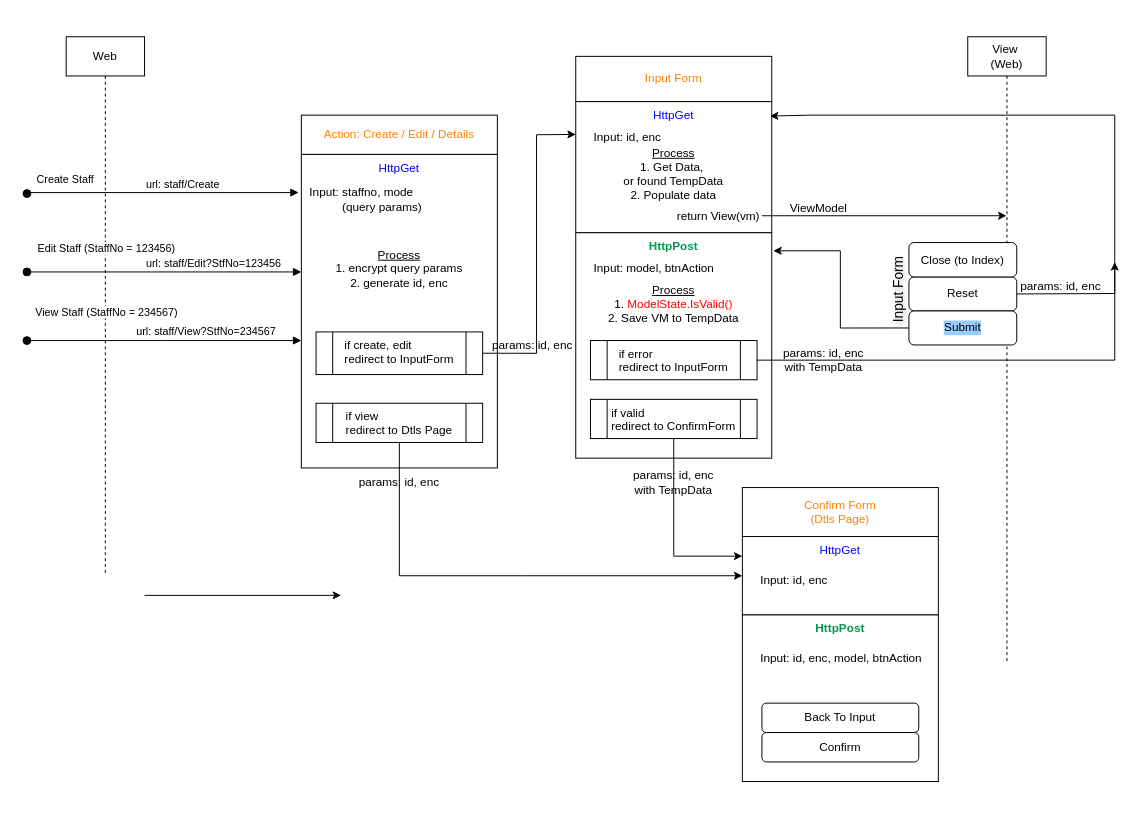
mujianlo/hrpt_drawio keeps this draw.io diagram as page "Page-2" (2 of 2) of StaffForm_workflow.drawio. Above is the earlier version. Source tidied: cells renumbered, new cells numbered last; positions are measured from the earlier drawing's top-left corner, leaving out a move shared by most shapes. Both pictures are drawn from the tidied source at 98%, with x=0, y=0 at pixel (26, 36).
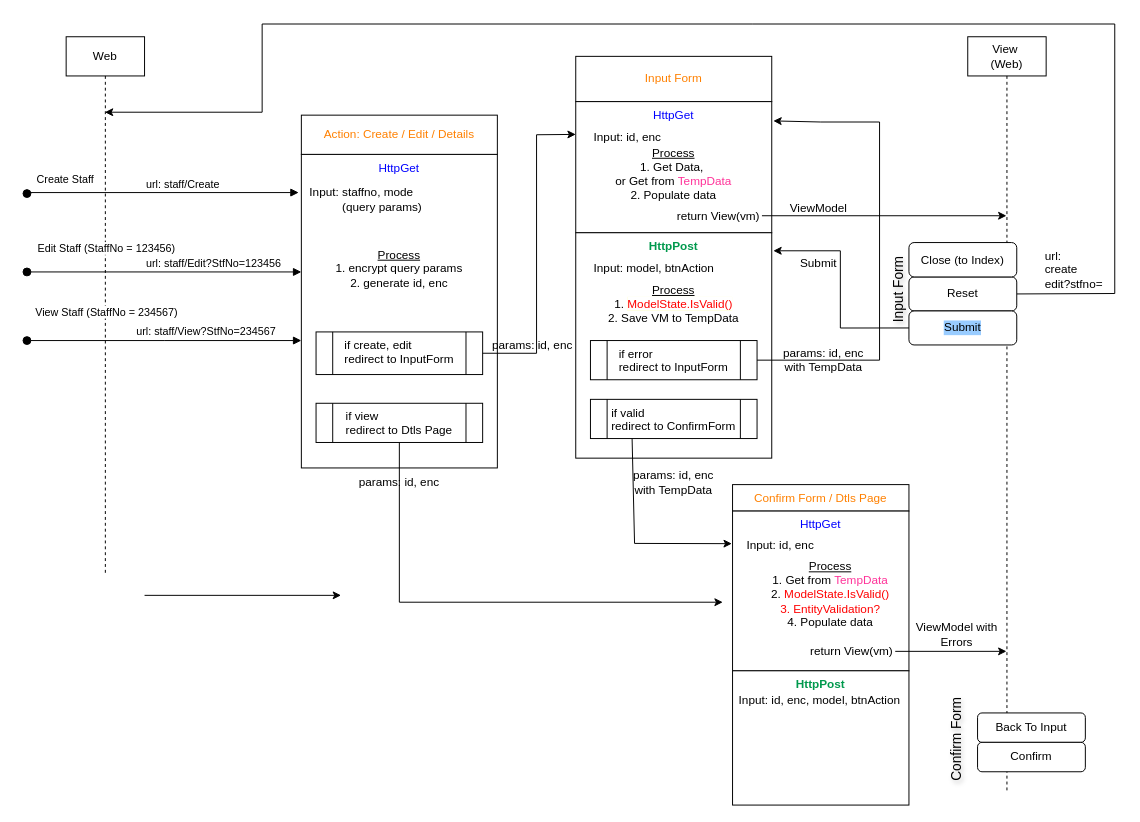
The same page after the edit.

The change refers to these unchanged cells:
```xml
<mxCell id="3" value="Web" style="shape=umlLifeline;perimeter=lifelinePerimeter;whiteSpace=wrap;html=1;outlineConnect=0;portConstraint=eastwest;newEdgeStyle={&quot;curved&quot;:0,&quot;rounded&quot;:0};" parent="1" vertex="1">
  <mxGeometry x="40" width="80" height="550" as="geometry" />
</mxCell>
<mxCell id="25" value="HttpGet" style="rounded=0;whiteSpace=wrap;html=1;align=center;verticalAlign=top;fontColor=#0000FF;fontStyle=0;" parent="1" vertex="1">
  <mxGeometry x="560" y="66.2" width="200" height="133.8" as="geometry" />
</mxCell>
<mxCell id="34" value="&lt;div align=&quot;left&quot;&gt;if error&lt;/div&gt;&lt;div align=&quot;left&quot;&gt;redirect to InputForm&lt;/div&gt;" style="shape=process;whiteSpace=wrap;html=1;backgroundOutline=1;verticalAlign=top;" parent="1" vertex="1">
  <mxGeometry x="575" y="310" width="170" height="40" as="geometry" />
</mxCell>
<mxCell id="35" value="&lt;div align=&quot;left&quot;&gt;if valid&lt;/div&gt;&lt;div align=&quot;left&quot;&gt;redirect to ConfirmForm&lt;/div&gt;" style="shape=process;whiteSpace=wrap;html=1;backgroundOutline=1;verticalAlign=top;" parent="1" vertex="1">
  <mxGeometry x="575" y="370" width="170" height="40" as="geometry" />
</mxCell>
<mxCell id="37" value="Reset" style="rounded=1;whiteSpace=wrap;html=1;" parent="36" vertex="1">
  <mxGeometry y="35.1" width="110" height="34.7" as="geometry" />
</mxCell>
<mxCell id="50" value="&lt;div align=&quot;left&quot;&gt;if view&lt;/div&gt;&lt;div align=&quot;left&quot;&gt;redirect to Dtls Page&lt;/div&gt;" style="shape=process;whiteSpace=wrap;html=1;backgroundOutline=1;verticalAlign=top;" parent="44" vertex="1">
  <mxGeometry x="15" y="294" width="170" height="40" as="geometry" />
</mxCell>
```

Diff of the diagram source:
```diff
@@
-    <mxCell id="14" style="group;" parent="1" vertex="1">
-      <mxGeometry x="730" y="460" width="200" height="300" as="geometry" />
-    </mxCell>
-    <mxCell id="15" value="&lt;div&gt;Confirm Form&lt;/div&gt;&lt;div&gt;(Dtls Page)&lt;/div&gt;" style="rounded=0;whiteSpace=wrap;html=1;fontColor=#FF8000;" parent="14" vertex="1">
-      <mxGeometry width="200" height="50" as="geometry" />
-    </mxCell>
-    <mxCell id="16" value="HttpGet" style="rounded=0;whiteSpace=wrap;html=1;align=center;verticalAlign=top;fontColor=#0000FF;fontStyle=0;" parent="14" vertex="1">
-      <mxGeometry y="50" width="200" height="80" as="geometry" />
-    </mxCell>
-    <mxCell id="17" value="HttpPost" style="rounded=0;whiteSpace=wrap;html=1;align=center;verticalAlign=top;fontStyle=1;fontColor=#00994D;" parent="14" vertex="1">
-      <mxGeometry y="130" width="200" height="170" as="geometry" />
-    </mxCell>
-    <mxCell id="18" value="&amp;nbsp; Input: id, enc" style="text;html=1;whiteSpace=wrap;strokeColor=none;fillColor=none;align=left;verticalAlign=middle;rounded=0;" parent="14" vertex="1">
-      <mxGeometry x="10" y="80" width="160" height="30" as="geometry" />
-    </mxCell>
-    <mxCell id="19" value="&amp;nbsp; Input: id, enc, model, btnAction" style="text;html=1;whiteSpace=wrap;strokeColor=none;fillColor=none;align=left;verticalAlign=middle;rounded=0;" parent="14" vertex="1">
-      <mxGeometry x="10" y="160" width="180" height="30" as="geometry" />
-    </mxCell>
-    <mxCell id="20" style="group;" parent="14" vertex="1">
-      <mxGeometry x="20" y="220" width="160" height="60" as="geometry" />
-    </mxCell>
-    <mxCell id="21" value="Back To Input" style="rounded=1;whiteSpace=wrap;html=1;" parent="20" vertex="1">
-      <mxGeometry width="160" height="30" as="geometry" />
-    </mxCell>
-    <mxCell id="22" value="Confirm" style="rounded=1;whiteSpace=wrap;html=1;" parent="20" vertex="1">
-      <mxGeometry y="30" width="160" height="30" as="geometry" />
-    </mxCell>
     <mxCell id="23" value="View&amp;nbsp;&lt;br&gt;(Web)" style="shape=umlLifeline;perimeter=lifelinePerimeter;whiteSpace=wrap;html=1;outlineConnect=0;portConstraint=eastwest;newEdgeStyle={&quot;curved&quot;:0,&quot;rounded&quot;:0};size=40;" parent="1" vertex="1">
-      <mxGeometry x="960" width="80" height="640" as="geometry" />
+      <mxGeometry x="960" width="80" height="770" as="geometry" />
     </mxCell>
@@
-    <mxCell id="29" style="endArrow=classic;html=1;rounded=0;entryX=0.991;entryY=0.11;entryDx=0;entryDy=0;exitX=1;exitY=0.5;exitDx=0;exitDy=0;entryPerimeter=0;" parent="1" edge="1" source="37" target="25">
+    <mxCell id="29" style="endArrow=classic;html=1;rounded=0;exitX=1;exitY=0.5;exitDx=0;exitDy=0;" parent="1" edge="1" source="37" target="3">
       <mxGeometry relative="1" as="geometry">
         <Array as="points">
           <mxPoint x="1110" y="262" />
-          <mxPoint x="1110" y="80" />
-          <mxPoint x="800" y="80" />
+          <mxPoint x="1110" y="-13" />
+          <mxPoint x="740" y="-13" />
+          <mxPoint x="240" y="-13" />
+          <mxPoint x="240" y="77" />
         </Array>
       </mxGeometry>
     </mxCell>
-    <mxCell id="30" value="&lt;u&gt;Process&lt;br&gt;&lt;/u&gt;&lt;div&gt;1. Get Data,&amp;nbsp;&lt;/div&gt;&lt;div&gt;or found TempData&lt;/div&gt;&lt;div&gt;2. Populate data&lt;/div&gt;" style="text;html=1;whiteSpace=wrap;strokeColor=none;fillColor=none;align=center;verticalAlign=middle;rounded=0;" parent="1" vertex="1">
+    <mxCell id="30" value="&lt;u&gt;Process&lt;br&gt;&lt;/u&gt;&lt;div&gt;1. Get Data,&amp;nbsp;&lt;/div&gt;&lt;div&gt;or Get from &lt;span style=&quot;color: rgb(255, 51, 153);&quot;&gt;TempData&lt;/span&gt;&lt;/div&gt;&lt;div&gt;2. Populate data&lt;/div&gt;" style="text;html=1;whiteSpace=wrap;strokeColor=none;fillColor=none;align=center;verticalAlign=middle;rounded=0;" parent="1" vertex="1">
       <mxGeometry x="580" y="120.5" width="160" height="39.5" as="geometry" />
     </mxCell>
@@
-    <mxCell id="32" value="params: id, enc" style="text;html=1;whiteSpace=wrap;strokeColor=none;fillColor=none;align=center;verticalAlign=middle;rounded=0;" parent="1" vertex="1">
-      <mxGeometry x="1010" y="240" width="90" height="30" as="geometry" />
+    <mxCell id="32" value="&lt;div&gt;url:&amp;nbsp;&lt;/div&gt;&lt;div&gt;create&lt;/div&gt;&lt;div&gt;edit?stfno=&lt;/div&gt;" style="text;html=1;whiteSpace=wrap;strokeColor=none;fillColor=none;align=left;verticalAlign=middle;rounded=0;" parent="1" vertex="1">
+      <mxGeometry x="1037" y="214" width="70" height="48" as="geometry" />
     </mxCell>
@@
-    <mxCell id="40" style="endArrow=classic;html=1;rounded=0;elbow=vertical;exitX=1;exitY=0.5;exitDx=0;exitDy=0;" parent="1" edge="1" source="34">
+    <mxCell id="40" style="endArrow=classic;html=1;rounded=0;elbow=vertical;exitX=1;exitY=0.5;exitDx=0;exitDy=0;entryX=1.008;entryY=0.147;entryDx=0;entryDy=0;entryPerimeter=0;" parent="1" edge="1" source="34" target="25">
       <mxGeometry relative="1" as="geometry">
-        <mxPoint x="1110" y="230" as="targetPoint" />
         <Array as="points">
           <mxPoint x="850" y="330" />
-          <mxPoint x="1110" y="330" />
+          <mxPoint x="870" y="330" />
+          <mxPoint x="870" y="87" />
+          <mxPoint x="810" y="87" />
         </Array>
       </mxGeometry>
     </mxCell>
@@
-    <mxCell id="51" style="endArrow=classic;html=1;rounded=0;entryX=0;entryY=0.5;entryDx=0;entryDy=0;exitX=0.5;exitY=1;exitDx=0;exitDy=0;" parent="1" edge="1" source="50" target="16">
+    <mxCell id="51" style="endArrow=classic;html=1;rounded=0;exitX=0.5;exitY=1;exitDx=0;exitDy=0;" parent="1" edge="1" source="50">
       <mxGeometry relative="1" as="geometry">
+        <mxPoint x="710" y="577" as="targetPoint" />
         <Array as="points">
-          <mxPoint x="380" y="550" />
-          <mxPoint x="510" y="550" />
+          <mxPoint x="380" y="577" />
         </Array>
       </mxGeometry>
     </mxCell>
@@
-    <mxCell id="55" style="endArrow=classic;html=1;rounded=0;entryX=0;entryY=0.25;entryDx=0;entryDy=0;exitX=0.5;exitY=1;exitDx=0;exitDy=0;" parent="1" edge="1" source="35" target="16">
+    <mxCell id="55" style="endArrow=classic;html=1;rounded=0;entryX=-0.004;entryY=0.204;entryDx=0;entryDy=0;exitX=0.25;exitY=1;exitDx=0;exitDy=0;entryPerimeter=0;" parent="1" edge="1" source="35" target="16">
       <mxGeometry relative="1" as="geometry">
         <Array as="points">
-          <mxPoint x="660" y="530" />
+          <mxPoint x="620" y="517" />
         </Array>
       </mxGeometry>
     </mxCell>
@@
+    <mxCell id="58" style="group;" parent="1" vertex="1">
+      <mxGeometry x="970" y="690" width="110" height="60" as="geometry" />
+    </mxCell>
+    <mxCell id="21" value="Back To Input" style="rounded=1;whiteSpace=wrap;html=1;" parent="58" vertex="1">
+      <mxGeometry width="110" height="30" as="geometry" />
+    </mxCell>
+    <mxCell id="22" value="Confirm" style="rounded=1;whiteSpace=wrap;html=1;" parent="58" vertex="1">
+      <mxGeometry y="30" width="110" height="30" as="geometry" />
+    </mxCell>
+    <mxCell id="59" value="&lt;div&gt;Submit&lt;/div&gt;" style="text;html=1;whiteSpace=wrap;strokeColor=none;fillColor=none;align=center;verticalAlign=middle;rounded=0;" parent="1" vertex="1">
+      <mxGeometry x="775" y="216" width="66" height="30" as="geometry" />
+    </mxCell>
+    <mxCell id="15" value="&lt;div&gt;Confirm Form / Dtls Page&lt;/div&gt;" style="rounded=0;whiteSpace=wrap;html=1;fontColor=#FF8000;" parent="1" vertex="1">
+      <mxGeometry x="720" y="457" width="180" height="27" as="geometry" />
+    </mxCell>
+    <mxCell id="16" value="HttpGet" style="rounded=0;whiteSpace=wrap;html=1;align=center;verticalAlign=top;fontColor=#0000FF;fontStyle=0;" parent="1" vertex="1">
+      <mxGeometry x="720" y="484" width="180" height="163" as="geometry" />
+    </mxCell>
+    <mxCell id="17" value="HttpPost" style="rounded=0;whiteSpace=wrap;html=1;align=center;verticalAlign=top;fontStyle=1;fontColor=#00994D;" parent="1" vertex="1">
+      <mxGeometry x="720" y="647" width="180" height="137" as="geometry" />
+    </mxCell>
+    <mxCell id="18" value="&amp;nbsp; Input: id, enc" style="text;html=1;whiteSpace=wrap;strokeColor=none;fillColor=none;align=left;verticalAlign=middle;rounded=0;" parent="1" vertex="1">
+      <mxGeometry x="726" y="504" width="160" height="30" as="geometry" />
+    </mxCell>
+    <mxCell id="19" value="&amp;nbsp; Input: id, enc, model, btnAction" style="text;html=1;whiteSpace=wrap;strokeColor=none;fillColor=none;align=left;verticalAlign=middle;rounded=0;" parent="1" vertex="1">
+      <mxGeometry x="718" y="662" width="180" height="30" as="geometry" />
+    </mxCell>
+    <mxCell id="60" value="&lt;u&gt;Process&lt;br&gt;&lt;/u&gt;&lt;div&gt;1. Get from &lt;span style=&quot;color: rgb(255, 51, 153);&quot;&gt;TempData&lt;/span&gt;&lt;/div&gt;&lt;div&gt;2. &lt;span style=&quot;color: rgb(255, 0, 0);&quot;&gt;ModelState.IsValid()&lt;/span&gt;&lt;/div&gt;&lt;div&gt;&lt;span style=&quot;color: rgb(0, 0, 0);&quot;&gt;&lt;span style=&quot;color: rgb(0, 0, 0);&quot;&gt;&lt;span style=&quot;color: rgb(255, 0, 0);&quot;&gt;3. &lt;/span&gt;&lt;/span&gt;&lt;/span&gt;&lt;span style=&quot;color: rgb(255, 0, 0);&quot;&gt;EntityValidation?&lt;/span&gt;&lt;/div&gt;&lt;div&gt;4. Populate data&lt;/div&gt;" style="text;html=1;whiteSpace=wrap;strokeColor=none;fillColor=none;align=center;verticalAlign=middle;rounded=0;" parent="1" vertex="1">
+      <mxGeometry x="740" y="535.5" width="160" height="67" as="geometry" />
+    </mxCell>
+    <mxCell id="61" value="return View(vm)" style="text;html=1;whiteSpace=wrap;strokeColor=none;fillColor=none;align=right;verticalAlign=middle;rounded=0;" parent="1" vertex="1">
+      <mxGeometry x="766" y="617.8" width="120" height="18.7" as="geometry" />
+    </mxCell>
+    <mxCell id="62" value="ViewModel with Errors" style="text;html=1;whiteSpace=wrap;strokeColor=none;fillColor=none;align=center;verticalAlign=middle;rounded=0;" parent="1" vertex="1">
+      <mxGeometry x="904" y="589" width="90" height="42.5" as="geometry" />
+    </mxCell>
+    <mxCell id="63" value="Confirm Form" style="text;html=1;whiteSpace=wrap;strokeColor=none;fillColor=none;align=center;verticalAlign=middle;rounded=0;horizontal=0;fontStyle=0;labelBorderColor=none;labelBackgroundColor=none;textShadow=1;fontSize=14;" parent="1" vertex="1">
+      <mxGeometry x="934" y="662" width="30" height="110" as="geometry" />
+    </mxCell>
+    <mxCell id="64" style="endArrow=classic;html=1;rounded=0;exitX=1;exitY=0.5;exitDx=0;exitDy=0;" parent="1" edge="1" source="61" target="23">
+      <mxGeometry relative="1" as="geometry" />
+    </mxCell>
```
